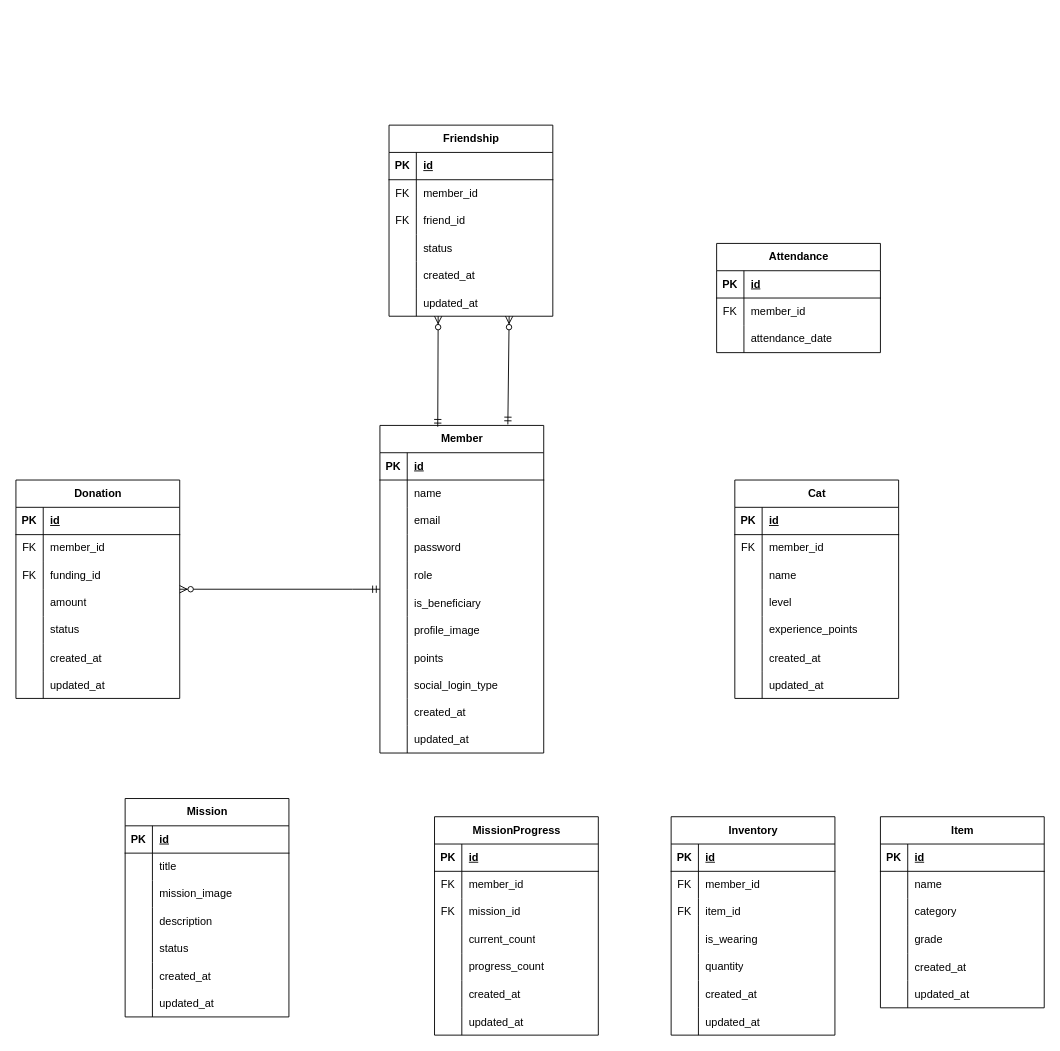
2025-Advanced-Capstone-Chaeum/ERD keeps this draw.io diagram as ChaeumERD.drawio. Above is the earlier version. Source tidied: cells renumbered, new cells numbered last; positions are measured from the earlier drawing's top-left corner, leaving out a move shared by most shapes. Both pictures are drawn from the tidied source at 91%, with x=0, y=0 at pixel (15, 125).
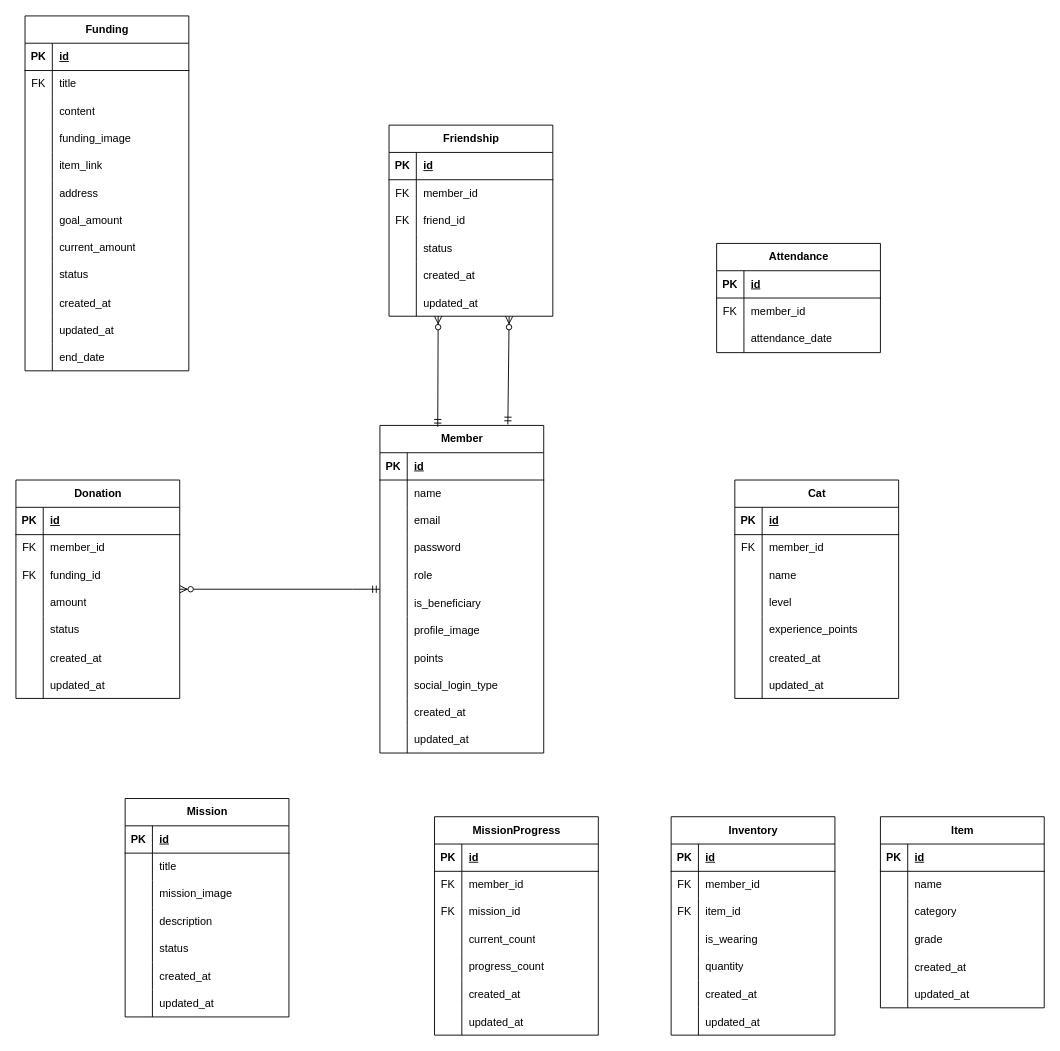
The same diagram, later.

Commit message:
docs(ERD): Funding 테이블 생성

The edit, as a diff of the source:
```diff
@@
+    <mxCell id="198" value="Funding" style="shape=table;startSize=30;childLayout=tableLayout;rowLines=0;fontStyle=1;align=center;html=1;" parent="1" vertex="1">
+      <mxGeometry x="10" y="-120" width="180" height="390" as="geometry" />
+    </mxCell>
+    <mxCell id="199" style="shape=tableRow;horizontal=0;startSize=0;swimlaneHead=0;swimlaneBody=0;fillColor=none;top=0;left=0;right=0;bottom=1;" parent="198" vertex="1">
+      <mxGeometry y="30" width="180" height="30" as="geometry" />
+    </mxCell>
+    <mxCell id="200" value="PK" style="shape=partialRectangle;fillColor=none;top=0;left=0;bottom=0;right=0;fontStyle=1;overflow=hidden;whiteSpace=wrap;html=1;" parent="199" vertex="1">
+      <mxGeometry width="30" height="30" as="geometry" />
+    </mxCell>
+    <mxCell id="201" value="id" style="shape=partialRectangle;fillColor=none;top=0;left=0;bottom=0;right=0;align=left;spacingLeft=6;fontStyle=5;overflow=hidden;whiteSpace=wrap;html=1;" parent="199" vertex="1">
+      <mxGeometry x="30" width="150" height="30" as="geometry" />
+    </mxCell>
+    <mxCell id="202" style="shape=tableRow;horizontal=0;startSize=0;swimlaneHead=0;swimlaneBody=0;fillColor=none;top=0;left=0;right=0;bottom=0;" parent="198" vertex="1">
+      <mxGeometry y="60" width="180" height="30" as="geometry" />
+    </mxCell>
+    <mxCell id="203" value="FK" style="shape=partialRectangle;fillColor=none;top=0;left=0;bottom=0;right=0;overflow=hidden;whiteSpace=wrap;html=1;" parent="202" vertex="1">
+      <mxGeometry width="30" height="30" as="geometry" />
+    </mxCell>
+    <mxCell id="204" value="title" style="shape=partialRectangle;fillColor=none;top=0;left=0;bottom=0;right=0;align=left;spacingLeft=6;overflow=hidden;whiteSpace=wrap;html=1;" parent="202" vertex="1">
+      <mxGeometry x="30" width="150" height="30" as="geometry" />
+    </mxCell>
+    <mxCell id="205" style="shape=tableRow;horizontal=0;startSize=0;swimlaneHead=0;swimlaneBody=0;fillColor=none;top=0;left=0;right=0;bottom=0;" parent="198" vertex="1">
+      <mxGeometry y="90" width="180" height="30" as="geometry" />
+    </mxCell>
+    <mxCell id="206" style="shape=partialRectangle;fillColor=none;top=0;left=0;bottom=0;right=0;overflow=hidden;whiteSpace=wrap;html=1;" parent="205" vertex="1">
+      <mxGeometry width="30" height="30" as="geometry" />
+    </mxCell>
+    <mxCell id="207" value="content" style="shape=partialRectangle;fillColor=none;top=0;left=0;bottom=0;right=0;align=left;spacingLeft=6;overflow=hidden;whiteSpace=wrap;html=1;" parent="205" vertex="1">
+      <mxGeometry x="30" width="150" height="30" as="geometry" />
+    </mxCell>
+    <mxCell id="208" style="shape=tableRow;horizontal=0;startSize=0;swimlaneHead=0;swimlaneBody=0;fillColor=none;top=0;left=0;right=0;bottom=0;" parent="198" vertex="1">
+      <mxGeometry y="120" width="180" height="30" as="geometry" />
+    </mxCell>
+    <mxCell id="209" style="shape=partialRectangle;fillColor=none;top=0;left=0;bottom=0;right=0;overflow=hidden;whiteSpace=wrap;html=1;" parent="208" vertex="1">
+      <mxGeometry width="30" height="30" as="geometry" />
+    </mxCell>
+    <mxCell id="210" value="funding_image" style="shape=partialRectangle;fillColor=none;top=0;left=0;bottom=0;right=0;align=left;spacingLeft=6;overflow=hidden;whiteSpace=wrap;html=1;" parent="208" vertex="1">
+      <mxGeometry x="30" width="150" height="30" as="geometry" />
+    </mxCell>
+    <mxCell id="211" style="shape=tableRow;horizontal=0;startSize=0;swimlaneHead=0;swimlaneBody=0;fillColor=none;top=0;left=0;right=0;bottom=0;" parent="198" vertex="1">
+      <mxGeometry y="150" width="180" height="30" as="geometry" />
+    </mxCell>
+    <mxCell id="212" style="shape=partialRectangle;fillColor=none;top=0;left=0;bottom=0;right=0;overflow=hidden;whiteSpace=wrap;html=1;" parent="211" vertex="1">
+      <mxGeometry width="30" height="30" as="geometry" />
+    </mxCell>
+    <mxCell id="213" value="item_link" style="shape=partialRectangle;fillColor=none;top=0;left=0;bottom=0;right=0;align=left;spacingLeft=6;overflow=hidden;whiteSpace=wrap;html=1;" parent="211" vertex="1">
+      <mxGeometry x="30" width="150" height="30" as="geometry" />
+    </mxCell>
+    <mxCell id="214" style="shape=tableRow;horizontal=0;startSize=0;swimlaneHead=0;swimlaneBody=0;fillColor=none;top=0;left=0;right=0;bottom=0;" parent="198" vertex="1">
+      <mxGeometry y="180" width="180" height="30" as="geometry" />
+    </mxCell>
+    <mxCell id="215" style="shape=partialRectangle;fillColor=none;top=0;left=0;bottom=0;right=0;overflow=hidden;whiteSpace=wrap;html=1;" parent="214" vertex="1">
+      <mxGeometry width="30" height="30" as="geometry" />
+    </mxCell>
+    <mxCell id="216" value="address" style="shape=partialRectangle;fillColor=none;top=0;left=0;bottom=0;right=0;align=left;spacingLeft=6;overflow=hidden;whiteSpace=wrap;html=1;" parent="214" vertex="1">
+      <mxGeometry x="30" width="150" height="30" as="geometry" />
+    </mxCell>
+    <mxCell id="217" style="shape=tableRow;horizontal=0;startSize=0;swimlaneHead=0;swimlaneBody=0;fillColor=none;top=0;left=0;right=0;bottom=0;" parent="198" vertex="1">
+      <mxGeometry y="210" width="180" height="30" as="geometry" />
+    </mxCell>
+    <mxCell id="218" style="shape=partialRectangle;fillColor=none;top=0;left=0;bottom=0;right=0;overflow=hidden;whiteSpace=wrap;html=1;" parent="217" vertex="1">
+      <mxGeometry width="30" height="30" as="geometry" />
+    </mxCell>
+    <mxCell id="219" value="goal_amount" style="shape=partialRectangle;fillColor=none;top=0;left=0;bottom=0;right=0;align=left;spacingLeft=6;overflow=hidden;whiteSpace=wrap;html=1;" parent="217" vertex="1">
+      <mxGeometry x="30" width="150" height="30" as="geometry" />
+    </mxCell>
+    <mxCell id="220" style="shape=tableRow;horizontal=0;startSize=0;swimlaneHead=0;swimlaneBody=0;fillColor=none;top=0;left=0;right=0;bottom=0;" parent="198" vertex="1">
+      <mxGeometry y="240" width="180" height="30" as="geometry" />
+    </mxCell>
+    <mxCell id="221" style="shape=partialRectangle;fillColor=none;top=0;left=0;bottom=0;right=0;overflow=hidden;whiteSpace=wrap;html=1;" parent="220" vertex="1">
+      <mxGeometry width="30" height="30" as="geometry" />
+    </mxCell>
+    <mxCell id="222" value="current_amount" style="shape=partialRectangle;fillColor=none;top=0;left=0;bottom=0;right=0;align=left;spacingLeft=6;overflow=hidden;whiteSpace=wrap;html=1;" parent="220" vertex="1">
+      <mxGeometry x="30" width="150" height="30" as="geometry" />
+    </mxCell>
+    <mxCell id="223" style="shape=tableRow;horizontal=0;startSize=0;swimlaneHead=0;swimlaneBody=0;fillColor=none;top=0;left=0;right=0;bottom=0;" parent="198" vertex="1">
+      <mxGeometry y="270" width="180" height="30" as="geometry" />
+    </mxCell>
+    <mxCell id="224" style="shape=partialRectangle;fillColor=none;top=0;left=0;bottom=0;right=0;overflow=hidden;whiteSpace=wrap;html=1;" parent="223" vertex="1">
+      <mxGeometry width="30" height="30" as="geometry" />
+    </mxCell>
+    <mxCell id="225" value="status" style="shape=partialRectangle;fillColor=none;top=0;left=0;bottom=0;right=0;align=left;spacingLeft=6;overflow=hidden;whiteSpace=wrap;html=1;" parent="223" vertex="1">
+      <mxGeometry x="30" width="150" height="30" as="geometry" />
+    </mxCell>
+    <mxCell id="226" style="shape=tableRow;horizontal=0;startSize=0;swimlaneHead=0;swimlaneBody=0;fillColor=none;top=0;left=0;right=0;bottom=0;" parent="198" vertex="1">
+      <mxGeometry y="300" width="180" height="30" as="geometry" />
+    </mxCell>
+    <mxCell id="227" style="shape=partialRectangle;fillColor=none;top=0;left=0;bottom=0;right=0;overflow=hidden;" parent="226" vertex="1">
+      <mxGeometry width="30" height="30" as="geometry" />
+    </mxCell>
+    <mxCell id="228" value="created_at" style="shape=partialRectangle;fillColor=none;top=0;left=0;bottom=0;right=0;align=left;spacingLeft=6;overflow=hidden;" parent="226" vertex="1">
+      <mxGeometry x="30" width="150" height="30" as="geometry" />
+    </mxCell>
+    <mxCell id="229" style="shape=tableRow;horizontal=0;startSize=0;swimlaneHead=0;swimlaneBody=0;fillColor=none;top=0;left=0;right=0;bottom=0;" parent="198" vertex="1">
+      <mxGeometry y="330" width="180" height="30" as="geometry" />
+    </mxCell>
+    <mxCell id="230" style="shape=partialRectangle;fillColor=none;top=0;left=0;bottom=0;right=0;overflow=hidden;" parent="229" vertex="1">
+      <mxGeometry width="30" height="30" as="geometry" />
+    </mxCell>
+    <mxCell id="231" value="updated_at" style="shape=partialRectangle;fillColor=none;top=0;left=0;bottom=0;right=0;align=left;spacingLeft=6;overflow=hidden;" parent="229" vertex="1">
+      <mxGeometry x="30" width="150" height="30" as="geometry" />
+    </mxCell>
+    <mxCell id="232" style="shape=tableRow;horizontal=0;startSize=0;swimlaneHead=0;swimlaneBody=0;fillColor=none;top=0;left=0;right=0;bottom=0;" parent="198" vertex="1">
+      <mxGeometry y="360" width="180" height="30" as="geometry" />
+    </mxCell>
+    <mxCell id="233" style="shape=partialRectangle;fillColor=none;top=0;left=0;bottom=0;right=0;overflow=hidden;" parent="232" vertex="1">
+      <mxGeometry width="30" height="30" as="geometry" />
+    </mxCell>
+    <mxCell id="234" value="end_date" style="shape=partialRectangle;fillColor=none;top=0;left=0;bottom=0;right=0;align=left;spacingLeft=6;overflow=hidden;" parent="232" vertex="1">
+      <mxGeometry x="30" width="150" height="30" as="geometry" />
+    </mxCell>
```
